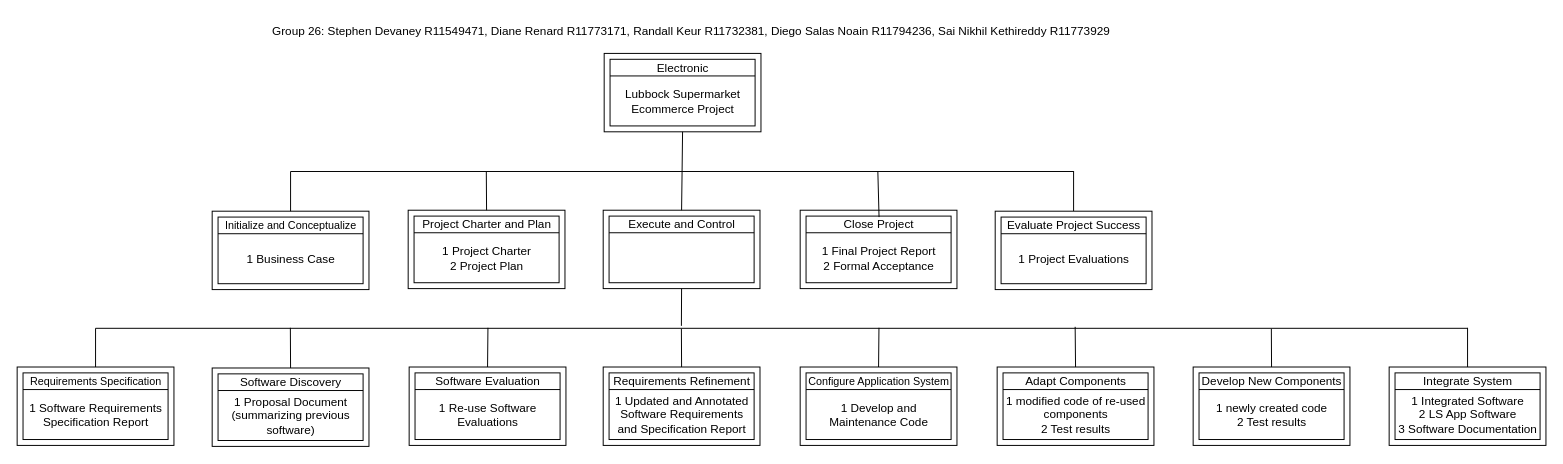
This is page "DSC" (2 of 3) of Project_Diagrams.drawio from stephencdevaney/TTU_CS5363_Software_Project_Management, a draw.io file, before an edit. Source tidied: cells renumbered, new cells numbered last; positions are measured from the earlier drawing's top-left corner, leaving out a move shared by most shapes. Both pictures are drawn from the tidied source at 98%, with x=0, y=0 at pixel (17, 17).
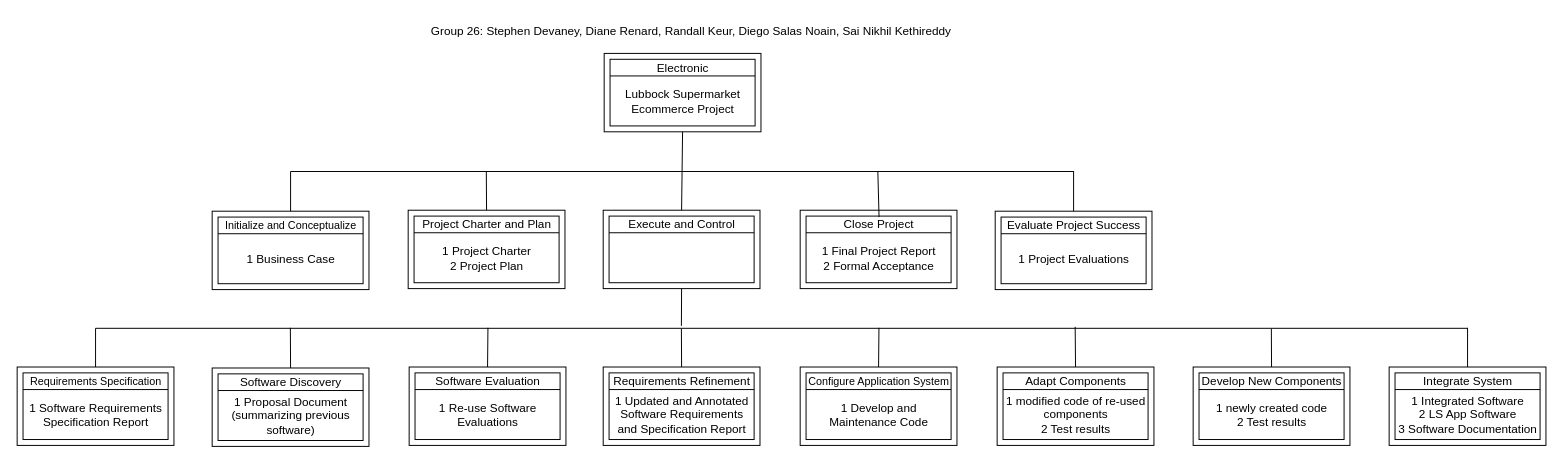
After the change.

Change to the diagram source:
```diff
@@
-    <mxCell id="102" value="Group 26: Stephen Devaney R11549471, Diane Renard R11773171, Randall Keur R11732381, Diego Salas Noain R11794236, Sai Nikhil Kethireddy R11773929" style="text;html=1;strokeColor=none;fillColor=none;align=center;verticalAlign=middle;whiteSpace=wrap;rounded=0;" parent="1" vertex="1">
+    <mxCell id="102" value="Group 26: Stephen Devaney, Diane Renard, Randall Keur, Diego Salas Noain, Sai Nikhil Kethireddy" style="text;html=1;strokeColor=none;fillColor=none;align=center;verticalAlign=middle;whiteSpace=wrap;rounded=0;" parent="1" vertex="1">
       <mxGeometry x="258" width="860" height="30" as="geometry" />
     </mxCell>
```
